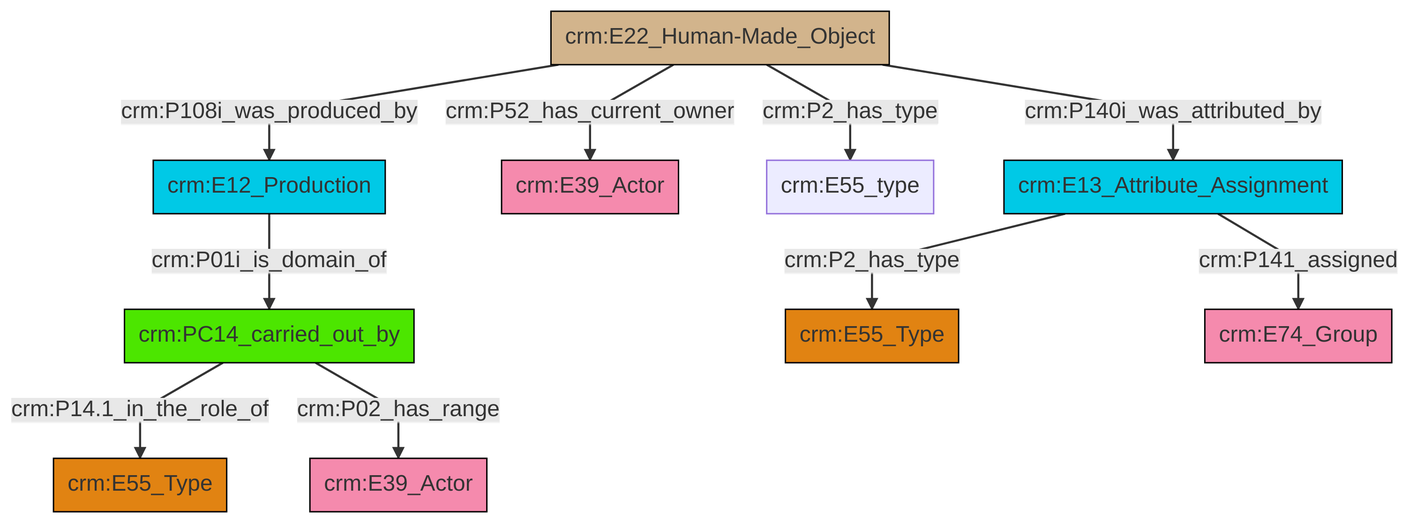
Before: et/builtWorkCSV/ttl/mmd/png/Built_Work_actor_relations.png, a diagram exported from Mermaid (swiss-art-research-net/docs.swissartresearch). Its source is kept beside it as et/builtWorkCSV/ttl/mmd/Built_Work_actor_relations.ttl.mmd. Source of this version:
```mermaid
graph TD
classDef Literal fill:#f2f2f2,stroke:#000000;
classDef CRM_Entity fill:#FFFFFF,stroke:#000000;
classDef Temporal_Entity fill:#00C9E6, stroke:#000000;
classDef Type fill:#E18312, stroke:#000000;
classDef Time-Span fill:#2C9C91, stroke:#000000;
classDef Appellation fill:#FFEB7F, stroke:#000000;
classDef Place fill:#008836, stroke:#000000;
classDef Persistent_Item fill:#B266B2, stroke:#000000;
classDef Conceptual_Object fill:#FFD700, stroke:#000000;
classDef Physical_Thing fill:#D2B48C, stroke:#000000;
classDef Actor fill:#f58aad, stroke:#000000;
classDef PC_Classes fill:#4ce600, stroke:#000000;
classDef Multi fill:#cccccc,stroke:#000000;

0["crm:PC14_carried_out_by"]:::PC_Classes -->|crm:P14.1_in_the_role_of| 1["crm:E55_Type"]:::Type
7["crm:E22_Human-Made_Object"]:::Physical_Thing -->|crm:P52_has_current_owner| 8["crm:E39_Actor"]:::Actor
14["crm:E13_Attribute_Assignment"]:::Temporal_Entity -->|crm:P2_has_type| 9["crm:E55_Type"]:::Type
7["crm:E22_Human-Made_Object"]:::Physical_Thing -->|crm:P108i_was_produced_by| 5["crm:E12_Production"]:::Temporal_Entity
5["crm:E12_Production"]:::Temporal_Entity -->|crm:P01i_is_domain_of| 0["crm:PC14_carried_out_by"]:::PC_Classes
0["crm:PC14_carried_out_by"]:::PC_Classes -->|crm:P02_has_range| 2["crm:E39_Actor"]:::Actor
7["crm:E22_Human-Made_Object"]:::Physical_Thing -->|crm:P140i_was_attributed_by| 14["crm:E13_Attribute_Assignment"]:::Temporal_Entity
14["crm:E13_Attribute_Assignment"]:::Temporal_Entity -->|crm:P141_assigned| 15["crm:E74_Group"]:::Actor
7["crm:E22_Human-Made_Object"]:::Physical_Thing -->|crm:P2_has_type| 12["crm:E55_type"]:::Default
```
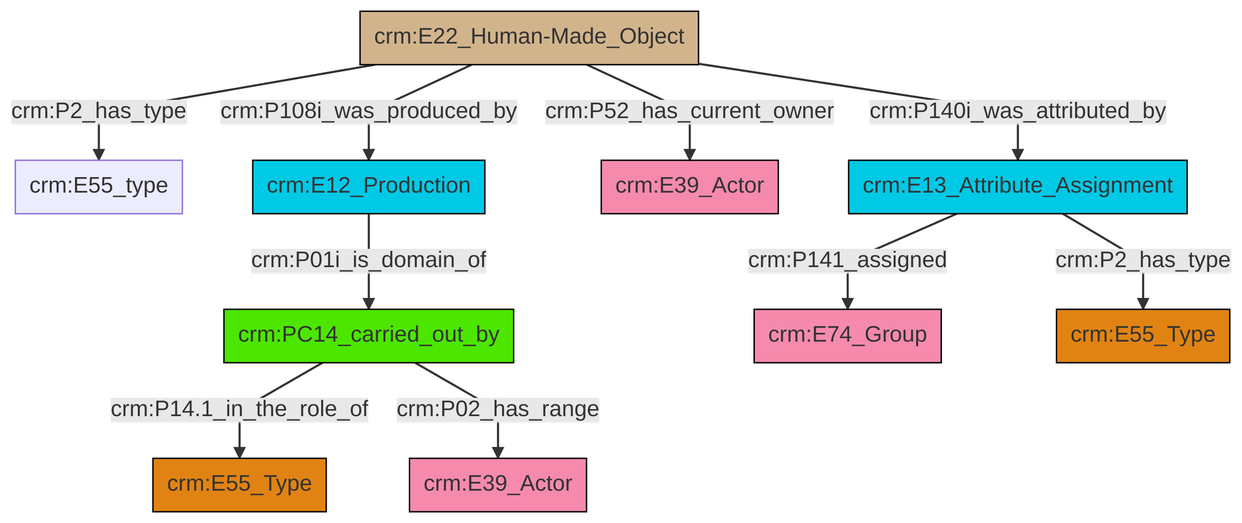
The same diagram one commit later.

The edit, as a diff of the source:
```diff
@@ -13,12 +13,12 @@
 classDef PC_Classes fill:#4ce600, stroke:#000000;
 classDef Multi fill:#cccccc,stroke:#000000;
 
-0["crm:PC14_carried_out_by"]:::PC_Classes -->|crm:P14.1_in_the_role_of| 1["crm:E55_Type"]:::Type
-7["crm:E22_Human-Made_Object"]:::Physical_Thing -->|crm:P52_has_current_owner| 8["crm:E39_Actor"]:::Actor
-14["crm:E13_Attribute_Assignment"]:::Temporal_Entity -->|crm:P2_has_type| 9["crm:E55_Type"]:::Type
-7["crm:E22_Human-Made_Object"]:::Physical_Thing -->|crm:P108i_was_produced_by| 5["crm:E12_Production"]:::Temporal_Entity
-5["crm:E12_Production"]:::Temporal_Entity -->|crm:P01i_is_domain_of| 0["crm:PC14_carried_out_by"]:::PC_Classes
-0["crm:PC14_carried_out_by"]:::PC_Classes -->|crm:P02_has_range| 2["crm:E39_Actor"]:::Actor
-7["crm:E22_Human-Made_Object"]:::Physical_Thing -->|crm:P140i_was_attributed_by| 14["crm:E13_Attribute_Assignment"]:::Temporal_Entity
-14["crm:E13_Attribute_Assignment"]:::Temporal_Entity -->|crm:P141_assigned| 15["crm:E74_Group"]:::Actor
-7["crm:E22_Human-Made_Object"]:::Physical_Thing -->|crm:P2_has_type| 12["crm:E55_type"]:::Default
+0["crm:E13_Attribute_Assignment"]:::Temporal_Entity -->|crm:P141_assigned| 1["crm:E74_Group"]:::Actor
+2["crm:PC14_carried_out_by"]:::PC_Classes -->|crm:P14.1_in_the_role_of| 3["crm:E55_Type"]:::Type
+4["crm:E22_Human-Made_Object"]:::Physical_Thing -->|crm:P2_has_type| 5["crm:E55_type"]:::Default
+4["crm:E22_Human-Made_Object"]:::Physical_Thing -->|crm:P108i_was_produced_by| 6["crm:E12_Production"]:::Temporal_Entity
+6["crm:E12_Production"]:::Temporal_Entity -->|crm:P01i_is_domain_of| 2["crm:PC14_carried_out_by"]:::PC_Classes
+2["crm:PC14_carried_out_by"]:::PC_Classes -->|crm:P02_has_range| 8["crm:E39_Actor"]:::Actor
+0["crm:E13_Attribute_Assignment"]:::Temporal_Entity -->|crm:P2_has_type| 11["crm:E55_Type"]:::Type
+4["crm:E22_Human-Made_Object"]:::Physical_Thing -->|crm:P52_has_current_owner| 17["crm:E39_Actor"]:::Actor
+4["crm:E22_Human-Made_Object"]:::Physical_Thing -->|crm:P140i_was_attributed_by| 0["crm:E13_Attribute_Assignment"]:::Temporal_Entity
```
